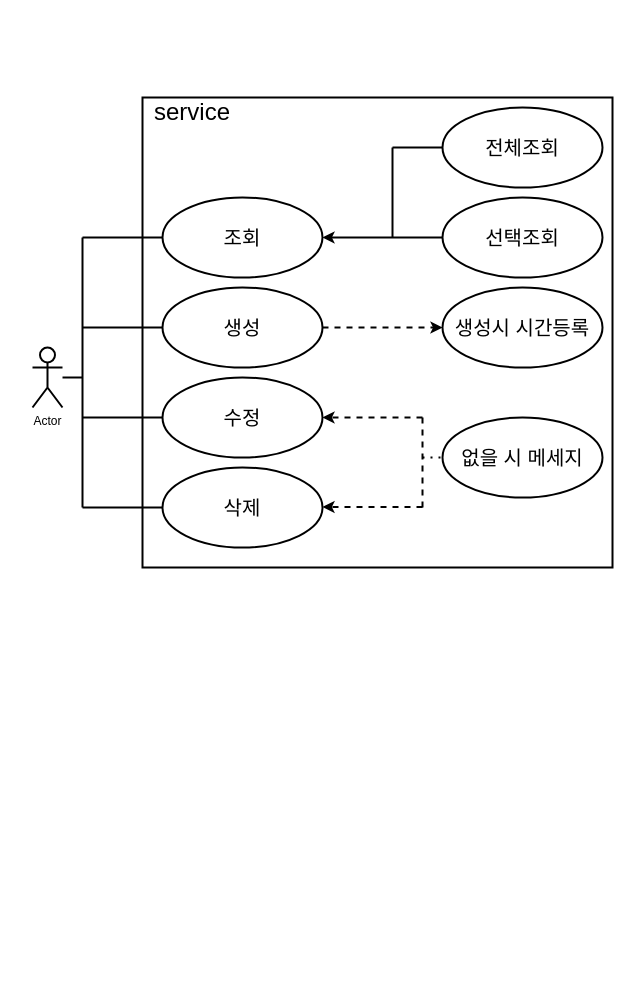
This is useCase/userCase.drawio from npureaun/TodoAPP, a draw.io file, before an edit. Source tidied: cells renumbered, new cells numbered last; positions are measured from the earlier drawing's top-left corner, leaving out a move shared by most shapes. Both pictures are drawn from the tidied source at 100%, with x=0, y=0 at pixel (32, 97).
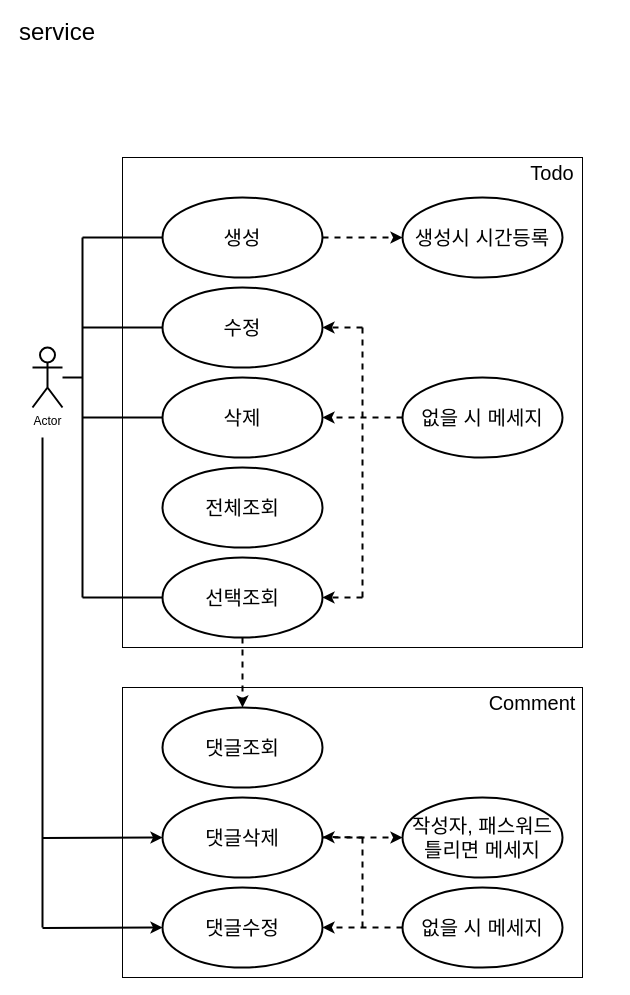
The same diagram, later.

Diff of the diagram source:
```diff
@@
-    <mxCell id="2" value="&lt;h2 style=&quot;&quot;&gt;&lt;br&gt;&lt;/h2&gt;" style="whiteSpace=wrap;html=1;fillColor=none;align=left;strokeWidth=2;" parent="1" vertex="1">
-      <mxGeometry x="110" width="470" height="470" as="geometry" />
-    </mxCell>
+    <mxCell id="27" style="rounded=0;whiteSpace=wrap;html=1;" parent="1" vertex="1">
+      <mxGeometry x="90" y="60" width="460" height="490" as="geometry" />
+    </mxCell>
+    <mxCell id="28" style="rounded=0;whiteSpace=wrap;html=1;" parent="1" vertex="1">
+      <mxGeometry x="90" y="590" width="460" height="290" as="geometry" />
+    </mxCell>
@@
-    <mxCell id="4" value="&lt;font style=&quot;font-size: 20px;&quot;&gt;생성&lt;/font&gt;" style="ellipse;whiteSpace=wrap;html=1;strokeWidth=2;" parent="1" vertex="1">
+    <mxCell id="4" value="&lt;font style=&quot;font-size: 20px;&quot;&gt;수정&lt;/font&gt;" style="ellipse;whiteSpace=wrap;html=1;strokeWidth=2;" parent="1" vertex="1">
       <mxGeometry x="130" y="190" width="160" height="80" as="geometry" />
     </mxCell>
-    <mxCell id="5" value="&lt;font style=&quot;font-size: 20px;&quot;&gt;조회&lt;/font&gt;" style="ellipse;whiteSpace=wrap;html=1;strokeWidth=2;" parent="1" vertex="1">
+    <mxCell id="5" value="&lt;font style=&quot;font-size: 20px;&quot;&gt;생성&lt;/font&gt;" style="ellipse;whiteSpace=wrap;html=1;strokeWidth=2;" parent="1" vertex="1">
       <mxGeometry x="130" y="100" width="160" height="80" as="geometry" />
     </mxCell>
-    <mxCell id="6" value="&lt;font style=&quot;font-size: 20px;&quot;&gt;삭제&lt;/font&gt;" style="ellipse;whiteSpace=wrap;html=1;strokeWidth=2;" parent="1" vertex="1">
-      <mxGeometry x="130" y="370" width="160" height="80" as="geometry" />
+    <mxCell id="6" value="&lt;font style=&quot;font-size: 20px;&quot;&gt;선택조회&lt;/font&gt;" style="ellipse;whiteSpace=wrap;html=1;strokeWidth=2;" parent="1" vertex="1">
+      <mxGeometry x="130" y="460" width="160" height="80" as="geometry" />
     </mxCell>
-    <mxCell id="7" value="&lt;font style=&quot;font-size: 20px;&quot;&gt;수정&lt;/font&gt;" style="ellipse;whiteSpace=wrap;html=1;strokeWidth=2;" parent="1" vertex="1">
+    <mxCell id="7" value="&lt;font style=&quot;font-size: 20px;&quot;&gt;삭제&lt;/font&gt;" style="ellipse;whiteSpace=wrap;html=1;strokeWidth=2;" parent="1" vertex="1">
       <mxGeometry x="130" y="280" width="160" height="80" as="geometry" />
     </mxCell>
-    <mxCell id="8" style="endArrow=classic;html=1;rounded=0;entryX=1;entryY=0.5;entryDx=0;entryDy=0;strokeWidth=2;exitX=0;exitY=0.5;exitDx=0;exitDy=0;" parent="1" edge="1" source="9" target="5">
-      <mxGeometry relative="1" as="geometry" />
-    </mxCell>
-    <mxCell id="9" value="&lt;font style=&quot;font-size: 20px;&quot;&gt;선택조회&lt;/font&gt;" style="ellipse;whiteSpace=wrap;html=1;strokeWidth=2;" parent="1" vertex="1">
-      <mxGeometry x="410" y="100" width="160" height="80" as="geometry" />
-    </mxCell>
-    <mxCell id="10" value="&lt;font style=&quot;font-size: 20px;&quot;&gt;전체조회&lt;/font&gt;" style="ellipse;whiteSpace=wrap;html=1;strokeWidth=2;" parent="1" vertex="1">
-      <mxGeometry x="410" y="10" width="160" height="80" as="geometry" />
-    </mxCell>
-    <mxCell id="11" style="endArrow=none;html=1;rounded=0;exitX=0;exitY=0.5;exitDx=0;exitDy=0;strokeWidth=2;" parent="1" edge="1" source="10">
-      <mxGeometry relative="1" as="geometry">
-        <mxPoint x="360" y="50" as="targetPoint" />
-      </mxGeometry>
-    </mxCell>
-    <mxCell id="12" style="endArrow=none;html=1;rounded=0;strokeWidth=2;" parent="1" edge="1">
-      <mxGeometry relative="1" as="geometry">
-        <mxPoint x="360" y="140" as="sourcePoint" />
-        <mxPoint x="360" y="50" as="targetPoint" />
-      </mxGeometry>
-    </mxCell>
-    <mxCell id="13" style="endArrow=classic;html=1;rounded=0;dashed=1;exitX=1;exitY=0.5;exitDx=0;exitDy=0;entryX=0;entryY=0.5;entryDx=0;entryDy=0;strokeWidth=2;" parent="1" edge="1" source="4" target="14">
+    <mxCell id="13" style="endArrow=classic;html=1;rounded=0;dashed=1;exitX=1;exitY=0.5;exitDx=0;exitDy=0;strokeWidth=2;entryX=0;entryY=0.5;entryDx=0;entryDy=0;" parent="1" edge="1" source="5" target="14">
       <mxGeometry relative="1" as="geometry" />
     </mxCell>
     <mxCell id="14" value="&lt;font style=&quot;font-size: 20px;&quot;&gt;생성시 시간등록&lt;/font&gt;" style="ellipse;whiteSpace=wrap;html=1;strokeWidth=2;" parent="1" vertex="1">
-      <mxGeometry x="410" y="190" width="160" height="80" as="geometry" />
+      <mxGeometry x="370" y="100" width="160" height="80" as="geometry" />
     </mxCell>
     <mxCell id="15" value="&lt;font style=&quot;font-size: 20px;&quot;&gt;없을 시 메세지&lt;/font&gt;" style="ellipse;whiteSpace=wrap;html=1;strokeWidth=2;" parent="1" vertex="1">
-      <mxGeometry x="410" y="320" width="160" height="80" as="geometry" />
+      <mxGeometry x="370" y="280" width="160" height="80" as="geometry" />
     </mxCell>
-    <mxCell id="16" style="endArrow=classic;html=1;rounded=0;entryX=1;entryY=0.5;entryDx=0;entryDy=0;dashed=1;strokeWidth=2;" parent="1" edge="1" target="7">
-      <mxGeometry relative="1" as="geometry">
-        <mxPoint x="390" y="320" as="sourcePoint" />
-      </mxGeometry>
-    </mxCell>
-    <mxCell id="17" style="endArrow=classic;html=1;rounded=0;entryX=1;entryY=0.5;entryDx=0;entryDy=0;dashed=1;strokeWidth=2;" parent="1" edge="1">
-      <mxGeometry relative="1" as="geometry">
-        <mxPoint x="390" y="409.5" as="sourcePoint" />
-        <mxPoint x="290" y="409.5" as="targetPoint" />
-      </mxGeometry>
-    </mxCell>
-    <mxCell id="18" style="endArrow=none;dashed=1;html=1;rounded=0;strokeWidth=2;" parent="1" edge="1">
-      <mxGeometry relative="1" as="geometry">
-        <mxPoint x="390" y="410" as="sourcePoint" />
-        <mxPoint x="390" y="320" as="targetPoint" />
-      </mxGeometry>
-    </mxCell>
-    <mxCell id="19" style="endArrow=none;dashed=1;html=1;dashPattern=1 3;strokeWidth=2;rounded=0;entryX=0;entryY=0.5;entryDx=0;entryDy=0;" parent="1" edge="1" target="15">
-      <mxGeometry relative="1" as="geometry">
-        <mxPoint x="390" y="360" as="sourcePoint" />
-      </mxGeometry>
-    </mxCell>
     <mxCell id="20" value="&lt;span style=&quot;background-color: initial;&quot;&gt;&lt;font style=&quot;font-size: 24px;&quot;&gt;service&lt;/font&gt;&lt;/span&gt;" style="text;html=1;align=left;verticalAlign=middle;whiteSpace=wrap;rounded=0;" parent="1" vertex="1">
-      <mxGeometry x="120" width="60" height="30" as="geometry" />
+      <mxGeometry x="-15" y="-80" width="60" height="30" as="geometry" />
     </mxCell>
@@
     <mxCell id="22" style="endArrow=none;html=1;rounded=0;strokeWidth=2;entryX=0;entryY=0.5;entryDx=0;entryDy=0;" parent="1" edge="1" target="6">
       <mxGeometry relative="1" as="geometry">
-        <mxPoint x="50" y="410" as="sourcePoint" />
+        <mxPoint x="50" y="500" as="sourcePoint" />
       </mxGeometry>
     </mxCell>
@@
     <mxCell id="25" style="endArrow=none;html=1;rounded=0;strokeWidth=2;" parent="1" edge="1">
       <mxGeometry relative="1" as="geometry">
-        <mxPoint x="50" y="410" as="sourcePoint" />
+        <mxPoint x="50" y="500" as="sourcePoint" />
         <mxPoint x="50" y="140" as="targetPoint" />
       </mxGeometry>
     </mxCell>
@@
+    <mxCell id="29" style="endArrow=classic;html=1;rounded=0;entryX=1;entryY=0.5;entryDx=0;entryDy=0;strokeWidth=2;dashed=1;" parent="1" edge="1" target="4">
+      <mxGeometry relative="1" as="geometry">
+        <mxPoint x="330" y="230" as="sourcePoint" />
+      </mxGeometry>
+    </mxCell>
+    <mxCell id="30" style="endArrow=classic;html=1;rounded=0;entryX=1;entryY=0.5;entryDx=0;entryDy=0;strokeWidth=2;dashed=1;exitX=0;exitY=0.5;exitDx=0;exitDy=0;" parent="1" edge="1" source="15" target="7">
+      <mxGeometry relative="1" as="geometry" />
+    </mxCell>
+    <mxCell id="31" style="endArrow=classic;html=1;rounded=0;entryX=1;entryY=0.5;entryDx=0;entryDy=0;strokeWidth=2;dashed=1;" parent="1" edge="1" target="6">
+      <mxGeometry relative="1" as="geometry">
+        <mxPoint x="330" y="500" as="sourcePoint" />
+      </mxGeometry>
+    </mxCell>
+    <mxCell id="32" style="endArrow=none;html=1;rounded=0;strokeWidth=2;" parent="1" edge="1">
+      <mxGeometry relative="1" as="geometry">
+        <mxPoint x="10" y="340" as="sourcePoint" />
+        <mxPoint x="10" y="830" as="targetPoint" />
+      </mxGeometry>
+    </mxCell>
+    <mxCell id="33" value="&lt;span style=&quot;font-size: 20px;&quot;&gt;댓글조회&lt;/span&gt;" style="ellipse;whiteSpace=wrap;html=1;strokeWidth=2;" parent="1" vertex="1">
+      <mxGeometry x="130" y="610" width="160" height="80" as="geometry" />
+    </mxCell>
+    <mxCell id="34" value="&lt;span style=&quot;font-size: 20px;&quot;&gt;댓글삭제&lt;/span&gt;" style="ellipse;whiteSpace=wrap;html=1;strokeWidth=2;" parent="1" vertex="1">
+      <mxGeometry x="130" y="700" width="160" height="80" as="geometry" />
+    </mxCell>
+    <mxCell id="35" value="&lt;span style=&quot;font-size: 20px;&quot;&gt;댓글수정&lt;/span&gt;" style="ellipse;whiteSpace=wrap;html=1;strokeWidth=2;" parent="1" vertex="1">
+      <mxGeometry x="130" y="790" width="160" height="80" as="geometry" />
+    </mxCell>
+    <mxCell id="36" style="endArrow=classic;html=1;rounded=0;strokeWidth=2;" parent="1" edge="1">
+      <mxGeometry relative="1" as="geometry">
+        <mxPoint x="10" y="830.5" as="sourcePoint" />
+        <mxPoint x="130" y="830" as="targetPoint" />
+      </mxGeometry>
+    </mxCell>
+    <mxCell id="37" style="endArrow=classic;html=1;rounded=0;strokeWidth=2;" parent="1" edge="1">
+      <mxGeometry relative="1" as="geometry">
+        <mxPoint x="10" y="740.5" as="sourcePoint" />
+        <mxPoint x="130" y="740" as="targetPoint" />
+      </mxGeometry>
+    </mxCell>
+    <mxCell id="38" value="&lt;font style=&quot;font-size: 20px;&quot;&gt;없을 시 메세지&lt;/font&gt;" style="ellipse;whiteSpace=wrap;html=1;strokeWidth=2;" parent="1" vertex="1">
+      <mxGeometry x="370" y="790" width="160" height="80" as="geometry" />
+    </mxCell>
+    <mxCell id="39" style="endArrow=classic;html=1;rounded=0;strokeWidth=2;dashed=1;entryX=1;entryY=0.5;entryDx=0;entryDy=0;" parent="1" edge="1">
+      <mxGeometry relative="1" as="geometry">
+        <mxPoint x="330" y="740" as="sourcePoint" />
+        <mxPoint x="290" y="739.5" as="targetPoint" />
+      </mxGeometry>
+    </mxCell>
+    <mxCell id="40" style="endArrow=classic;html=1;rounded=0;strokeWidth=2;dashed=1;entryX=1;entryY=0.5;entryDx=0;entryDy=0;exitX=0;exitY=0.5;exitDx=0;exitDy=0;" parent="1" edge="1" source="38" target="35">
+      <mxGeometry relative="1" as="geometry" />
+    </mxCell>
+    <mxCell id="10" value="&lt;font style=&quot;font-size: 20px;&quot;&gt;전체조회&lt;/font&gt;" style="ellipse;whiteSpace=wrap;html=1;strokeWidth=2;" parent="1" vertex="1">
+      <mxGeometry x="130" y="370" width="160" height="80" as="geometry" />
+    </mxCell>
+    <mxCell id="41" style="endArrow=none;dashed=1;html=1;rounded=0;strokeWidth=2;" parent="1" edge="1">
+      <mxGeometry relative="1" as="geometry">
+        <mxPoint x="330" y="500" as="sourcePoint" />
+        <mxPoint x="330" y="230" as="targetPoint" />
+      </mxGeometry>
+    </mxCell>
+    <mxCell id="42" style="endArrow=classic;html=1;rounded=0;exitX=0.5;exitY=1;exitDx=0;exitDy=0;entryX=0.5;entryY=0;entryDx=0;entryDy=0;strokeWidth=2;dashed=1;" parent="1" edge="1" source="6" target="33">
+      <mxGeometry relative="1" as="geometry" />
+    </mxCell>
+    <mxCell id="43" value="&lt;span style=&quot;font-size: 20px;&quot;&gt;작성자, 패스워드&lt;/span&gt;&lt;div&gt;&lt;span style=&quot;font-size: 20px;&quot;&gt;틀리면 메세지&lt;/span&gt;&lt;/div&gt;" style="ellipse;whiteSpace=wrap;html=1;strokeWidth=2;" parent="1" vertex="1">
+      <mxGeometry x="370" y="700" width="160" height="80" as="geometry" />
+    </mxCell>
+    <mxCell id="44" style="endArrow=classic;html=1;rounded=0;entryX=0;entryY=0.5;entryDx=0;entryDy=0;strokeWidth=2;dashed=1;" parent="1" edge="1" target="43">
+      <mxGeometry relative="1" as="geometry">
+        <mxPoint x="290" y="740" as="sourcePoint" />
+      </mxGeometry>
+    </mxCell>
+    <mxCell id="45" style="endArrow=none;dashed=1;html=1;rounded=0;strokeWidth=2;" parent="1" edge="1">
+      <mxGeometry relative="1" as="geometry">
+        <mxPoint x="330" y="830" as="sourcePoint" />
+        <mxPoint x="330" y="740" as="targetPoint" />
+      </mxGeometry>
+    </mxCell>
+    <mxCell id="46" value="&lt;font style=&quot;font-size: 20px;&quot;&gt;Todo&lt;/font&gt;" style="text;html=1;align=center;verticalAlign=middle;whiteSpace=wrap;rounded=0;" parent="1" vertex="1">
+      <mxGeometry x="490" y="60" width="60" height="30" as="geometry" />
+    </mxCell>
+    <mxCell id="47" value="&lt;font style=&quot;font-size: 20px;&quot;&gt;Comment&lt;/font&gt;" style="text;html=1;align=center;verticalAlign=middle;whiteSpace=wrap;rounded=0;" parent="1" vertex="1">
+      <mxGeometry x="470" y="590" width="60" height="30" as="geometry" />
+    </mxCell>
```
